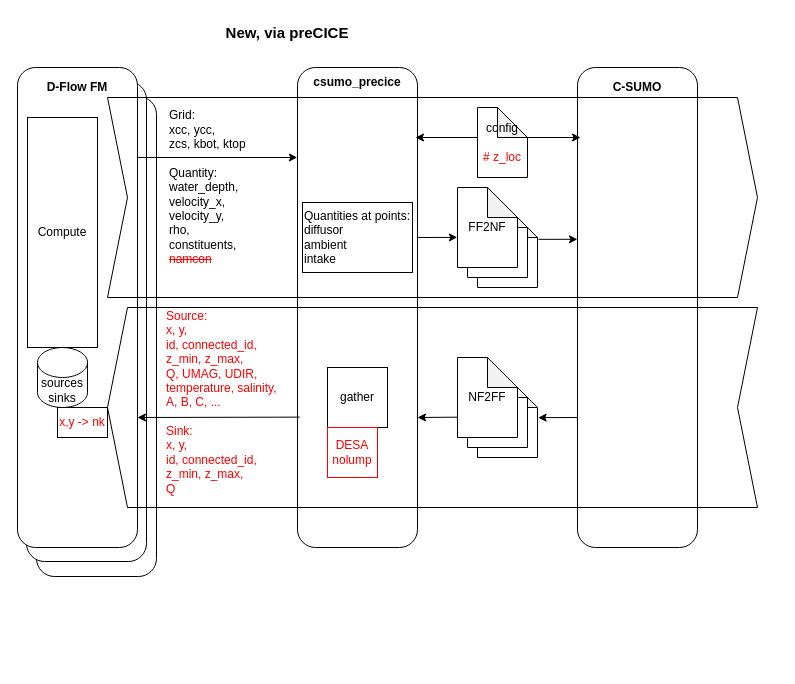
Earlier version of the draw.io diagram src/tools_gpl/csumo_precice/docs/FM-C-SUMO_scheme_new.drawio (Deltares/Delft3D). Source tidied: cells renumbered, new cells numbered last; positions are measured from the earlier drawing's top-left corner, leaving out a move shared by most shapes. Both pictures are drawn from the tidied source at 100%, with x=0, y=0 at pixel (17, 17).
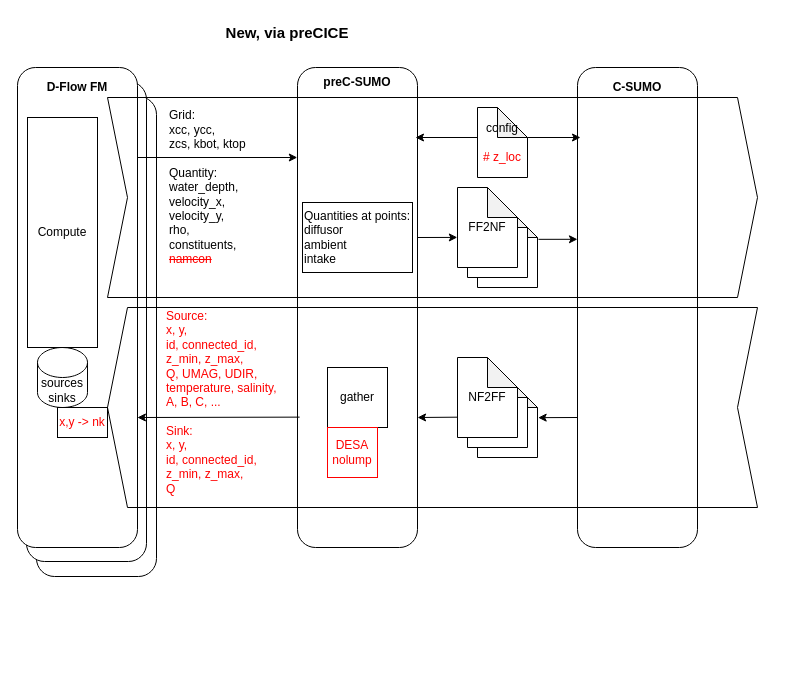
The same diagram, later.

Unchanged cells that the change refers to:
```xml
<mxCell id="12" style="group;" parent="1" vertex="1">
  <mxGeometry x="280" y="50" width="480" height="490" as="geometry" />
</mxCell>
```

The edit, as a diff of the source:
```diff
@@
-    <mxCell id="14" value="&lt;b&gt;csumo_precice&lt;/b&gt;" style="text;html=1;whiteSpace=wrap;strokeColor=none;fillColor=none;align=center;verticalAlign=middle;rounded=0;" parent="12" vertex="1">
+    <mxCell id="14" value="&lt;b&gt;preC-SUMO&lt;/b&gt;" style="text;html=1;whiteSpace=wrap;strokeColor=none;fillColor=none;align=center;verticalAlign=middle;rounded=0;" parent="12" vertex="1">
       <mxGeometry x="15" width="90" height="30" as="geometry" />
     </mxCell>
```
